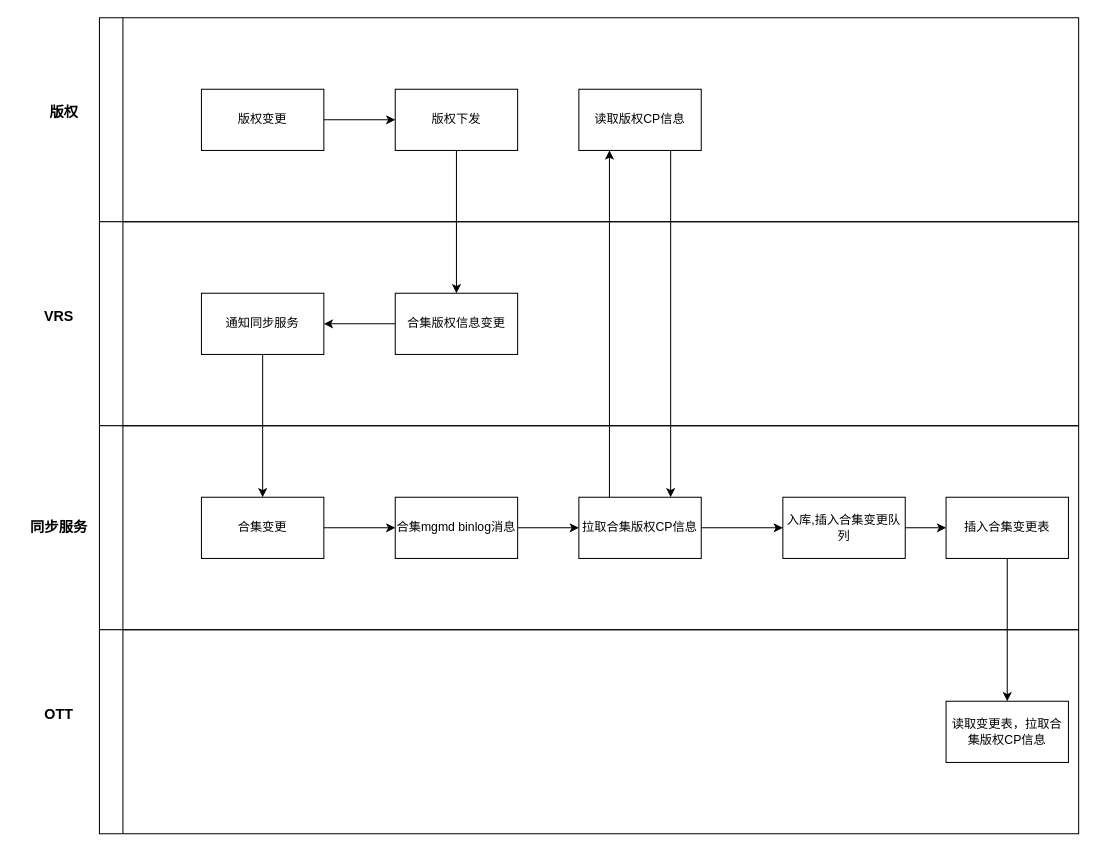
This is 未命名绘图.drawio from hnzhouzhoujay/Activity, a draw.io file, before an edit. Source tidied: cells renumbered, new cells numbered last; positions are measured from the earlier drawing's top-left corner, leaving out a move shared by most shapes. Both pictures are drawn from the tidied source at 102%, with x=0, y=0 at pixel (17, 17).
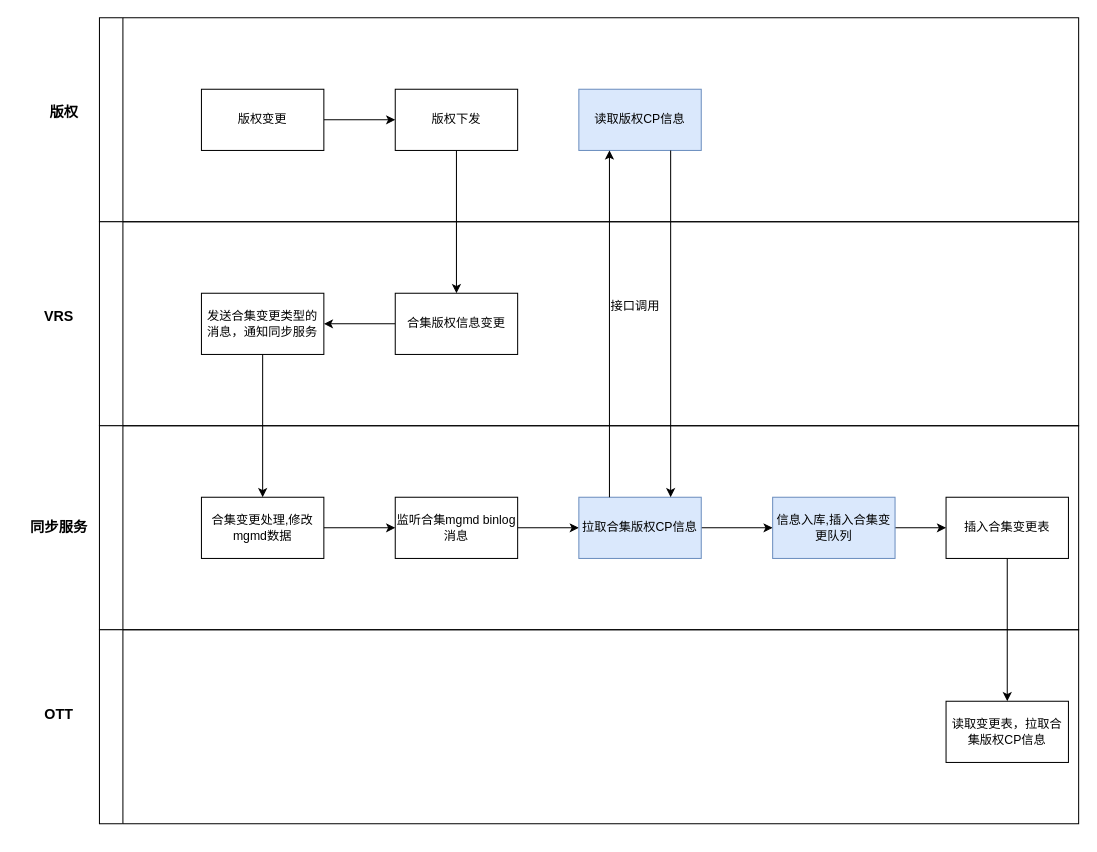
The same diagram, later.

Commit message:
版权CP信息同步流程图.drawio

Unchanged cells that the change refers to:
```xml
<mxCell id="2" style="swimlane;horizontal=0;whiteSpace=wrap;html=1;" parent="1" vertex="1">
  <mxGeometry x="80" width="960" height="200" as="geometry" />
</mxCell>
<mxCell id="7" style="swimlane;horizontal=0;whiteSpace=wrap;html=1;" parent="1" vertex="1">
  <mxGeometry x="80" y="200" width="960" height="200" as="geometry" />
</mxCell>
<mxCell id="11" style="swimlane;horizontal=0;whiteSpace=wrap;html=1;" parent="1" vertex="1">
  <mxGeometry x="80" y="400" width="960" height="200" as="geometry" />
</mxCell>
```

Change to the diagram source:
```diff
@@
-    <mxCell id="6" value="读取版权CP信息" style="rounded=0;whiteSpace=wrap;html=1;" parent="2" vertex="1">
+    <mxCell id="6" value="读取版权CP信息" style="rounded=0;whiteSpace=wrap;html=1;fillColor=#dae8fc;strokeColor=#6c8ebf;" parent="2" vertex="1">
       <mxGeometry x="470" y="70" width="120" height="60" as="geometry" />
     </mxCell>
@@
-    <mxCell id="10" value="通知同步服务" style="rounded=0;whiteSpace=wrap;html=1;" parent="7" vertex="1">
+    <mxCell id="10" value="发送合集变更类型的消息，通知同步服务" style="rounded=0;whiteSpace=wrap;html=1;" parent="7" vertex="1">
       <mxGeometry x="100" y="70" width="120" height="60" as="geometry" />
     </mxCell>
+    <mxCell id="32" value="接口调用" style="text;html=1;align=center;verticalAlign=middle;strokeColor=none;fillColor=none;" parent="7" vertex="1">
+      <mxGeometry x="490" y="68" width="70" height="30" as="geometry" />
+    </mxCell>
@@
-    <mxCell id="13" value="合集变更" style="rounded=0;whiteSpace=wrap;html=1;" parent="11" vertex="1">
+    <mxCell id="13" value="合集变更处理,修改mgmd数据" style="rounded=0;whiteSpace=wrap;html=1;" parent="11" vertex="1">
       <mxGeometry x="100" y="70" width="120" height="60" as="geometry" />
     </mxCell>
@@
-    <mxCell id="15" value="合集mgmd binlog消息" style="rounded=0;whiteSpace=wrap;html=1;" parent="11" vertex="1">
+    <mxCell id="15" value="监听合集mgmd binlog消息" style="rounded=0;whiteSpace=wrap;html=1;" parent="11" vertex="1">
       <mxGeometry x="290" y="70" width="120" height="60" as="geometry" />
     </mxCell>
@@
-    <mxCell id="17" value="拉取合集版权CP信息" style="rounded=0;whiteSpace=wrap;html=1;" parent="11" vertex="1">
+    <mxCell id="17" value="拉取合集版权CP信息" style="rounded=0;whiteSpace=wrap;html=1;fillColor=#dae8fc;strokeColor=#6c8ebf;" parent="11" vertex="1">
       <mxGeometry x="470" y="70" width="120" height="60" as="geometry" />
     </mxCell>
@@
-    <mxCell id="19" value="入库,插入合集变更队列" style="rounded=0;whiteSpace=wrap;html=1;" parent="11" vertex="1">
-      <mxGeometry x="670" y="70" width="120" height="60" as="geometry" />
+    <mxCell id="19" value="信息入库,插入合集变更队列" style="rounded=0;whiteSpace=wrap;html=1;fillColor=#dae8fc;strokeColor=#6c8ebf;" parent="11" vertex="1">
+      <mxGeometry x="660" y="70" width="120" height="60" as="geometry" />
     </mxCell>
@@
     <mxCell id="25" style="swimlane;horizontal=0;whiteSpace=wrap;html=1;" parent="1" vertex="1">
-      <mxGeometry x="80" y="600" width="960" height="200" as="geometry" />
+      <mxGeometry x="80" y="600" width="960" height="190" as="geometry" />
     </mxCell>
```
